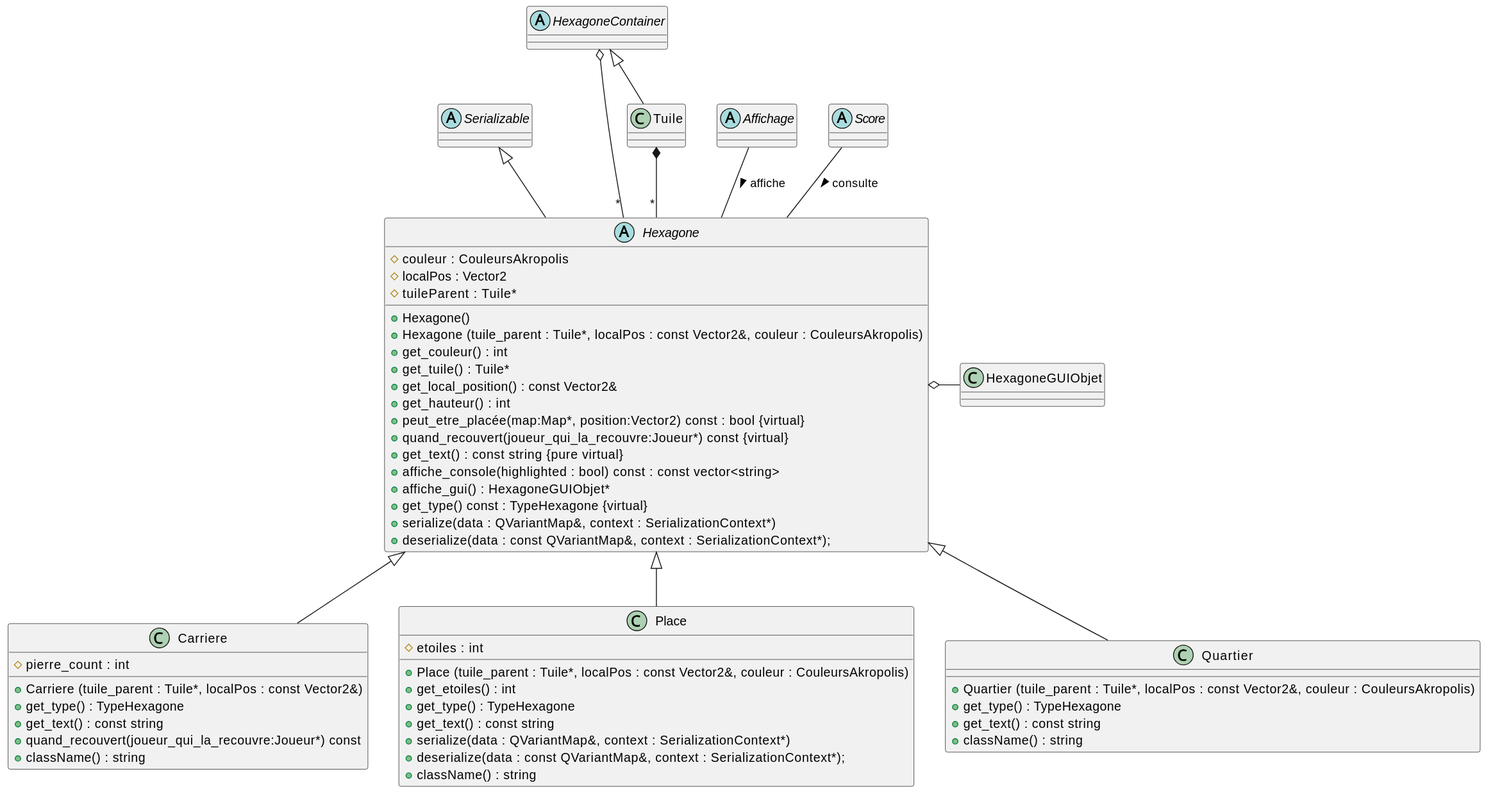
Before: Rapports/RapportFinalUMLs/hexagone.svg, a diagram exported from PlantUML (iceknith/LO21-Projet).
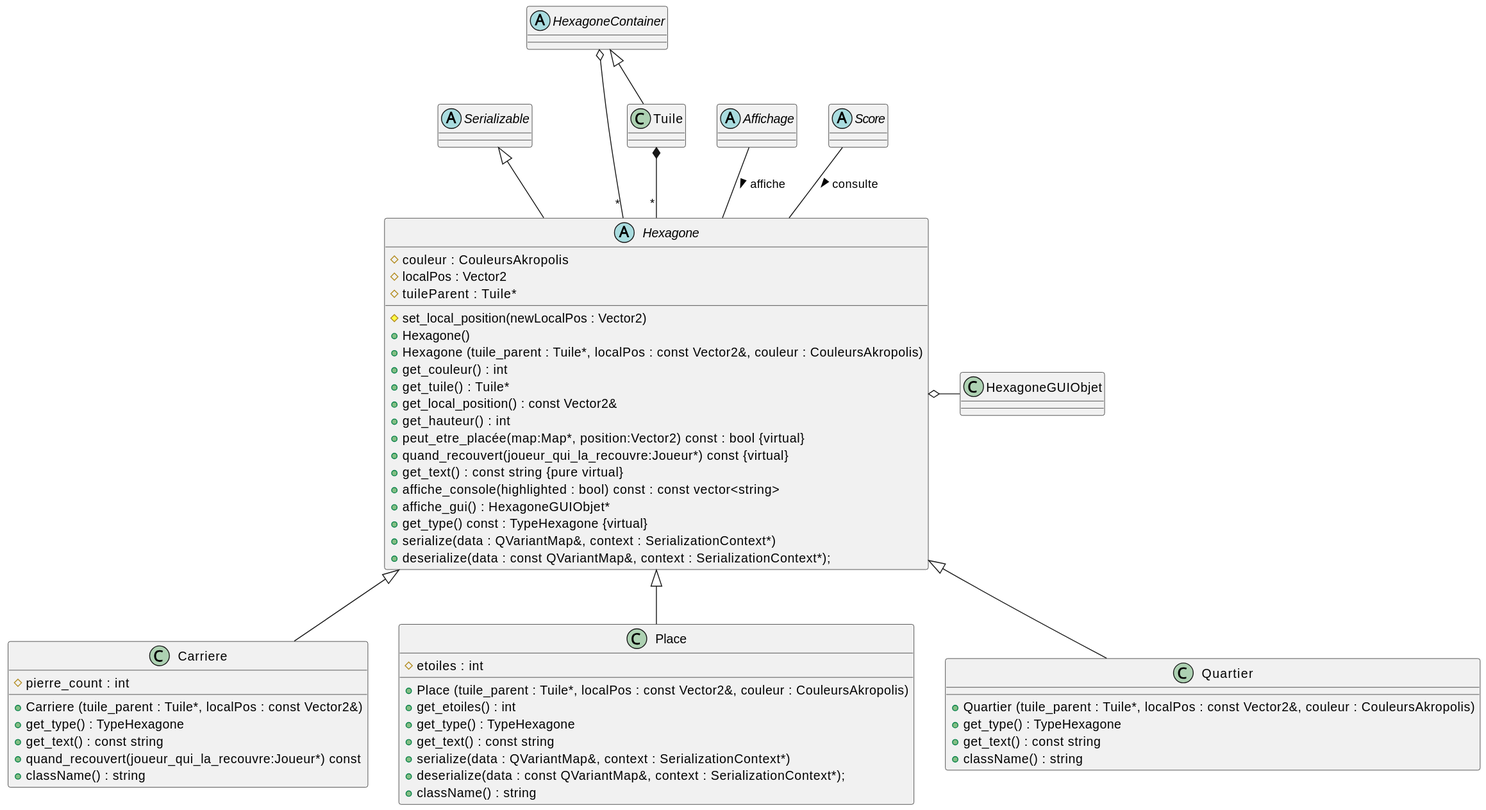
The same file after the commit.

Change to the diagram source:
```diff
@@ -6,6 +6,7 @@
     # localPos : Vector2
     # tuileParent : Tuile*
 
+    # set_local_position(newLocalPos : Vector2)
     + Hexagone()
     + Hexagone (tuile_parent : Tuile*, localPos : const Vector2&, couleur : CouleursAkropolis)
     + get_couleur() : int
```
